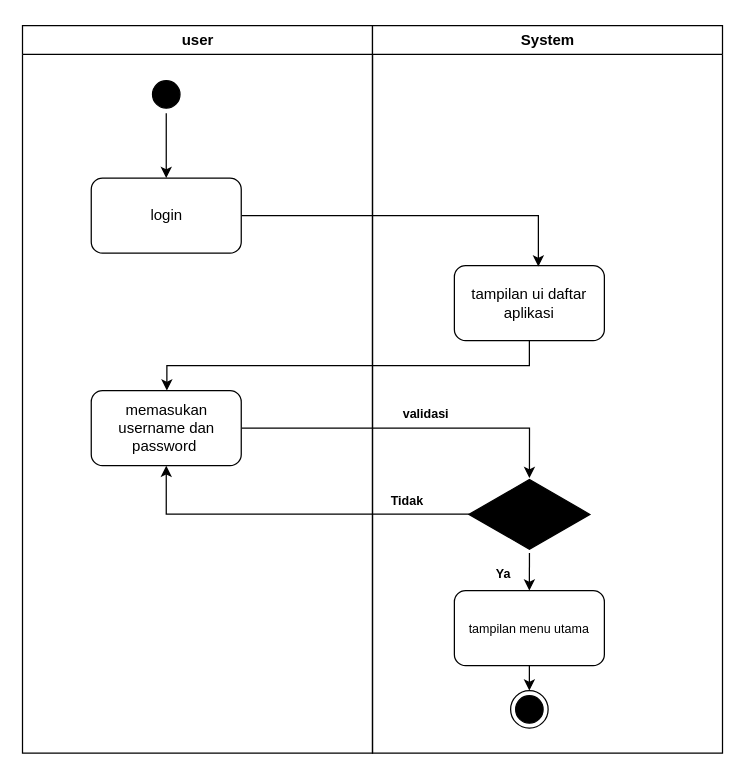
The draw.io diagram flowchart/activityDiagram.drawio in gunadermawan/skripsi, before the edit. Source tidied: cells renumbered, new cells numbered last; positions are measured from the earlier drawing's top-left corner, leaving out a move shared by most shapes. Both pictures are drawn from the tidied source at 125%, with x=0, y=0 at pixel (21, 25).
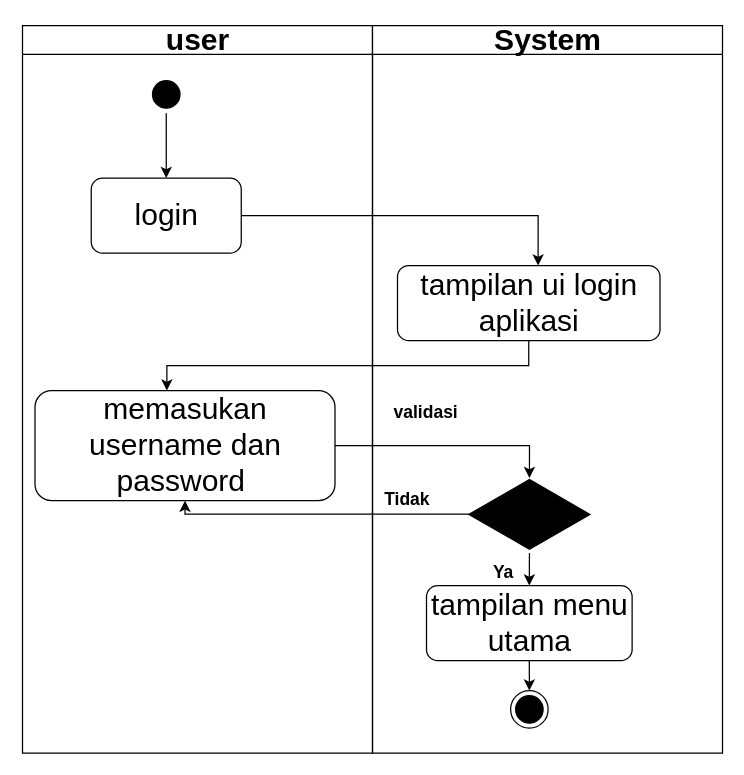
After the change.

Commit message (it also covers changes not shown here):
update bab 4: membuat activity diagram

The change refers to these unchanged cells:
```xml
<mxCell id="9" style="html=1;whiteSpace=wrap;shape=isoRectangle;fillColor=#000000;" parent="7" vertex="1">
  <mxGeometry x="77.2" y="362" width="96.7" height="58" as="geometry" />
</mxCell>
```

Change to the diagram source:
```diff
@@
-    <mxCell id="2" value="user" style="swimlane;whiteSpace=wrap;" parent="1" vertex="1">
+    <mxCell id="2" value="user" style="swimlane;whiteSpace=wrap;fontSize=24;startSize=23;" parent="1" vertex="1">
       <mxGeometry x="0.5" width="280" height="582" as="geometry" />
     </mxCell>
@@
-    <mxCell id="4" value="login" style="rounded=1;whiteSpace=wrap;html=1;" parent="2" vertex="1">
+    <mxCell id="4" value="&lt;font style=&quot;font-size: 24px&quot;&gt;login&lt;/font&gt;" style="rounded=1;whiteSpace=wrap;html=1;" parent="2" vertex="1">
       <mxGeometry x="55" y="122" width="120" height="60" as="geometry" />
     </mxCell>
@@
-    <mxCell id="6" value="memasukan username dan password&amp;nbsp;" style="rounded=1;whiteSpace=wrap;html=1;" parent="2" vertex="1">
-      <mxGeometry x="55" y="292" width="120" height="60" as="geometry" />
+    <mxCell id="6" value="&lt;font style=&quot;font-size: 24px&quot;&gt;memasukan username dan password&amp;nbsp;&lt;/font&gt;" style="rounded=1;whiteSpace=wrap;html=1;" parent="2" vertex="1">
+      <mxGeometry x="10" y="292" width="240" height="88" as="geometry" />
     </mxCell>
-    <mxCell id="7" value="System" style="swimlane;whiteSpace=wrap;" parent="1" vertex="1">
+    <mxCell id="7" value="System" style="swimlane;whiteSpace=wrap;startSize=23;fontSize=24;" parent="1" vertex="1">
       <mxGeometry x="280.5" width="280" height="582" as="geometry" />
     </mxCell>
-    <mxCell id="8" value="tampilan ui daftar aplikasi" style="rounded=1;whiteSpace=wrap;html=1;" parent="7" vertex="1">
-      <mxGeometry x="65.5" y="192" width="120" height="60" as="geometry" />
+    <mxCell id="8" value="&lt;font style=&quot;font-size: 24px&quot;&gt;tampilan ui login aplikasi&lt;/font&gt;" style="rounded=1;whiteSpace=wrap;html=1;" parent="7" vertex="1">
+      <mxGeometry x="20" y="192" width="210" height="60" as="geometry" />
     </mxCell>
@@
-    <mxCell id="10" style="edgeStyle=segmentEdgeStyle;endArrow=classic;html=1;rounded=0;entryX=0.5;entryY=0;entryDx=0;entryDy=0;entryPerimeter=0;" parent="7" edge="1" target="9">
-      <mxGeometry relative="1" as="geometry">
-        <mxPoint x="-104.5" y="322" as="sourcePoint" />
-      </mxGeometry>
-    </mxCell>
-    <mxCell id="11" value="&lt;font style=&quot;font-size: 10px&quot;&gt;validasi&lt;/font&gt;" style="text;strokeColor=none;fillColor=none;html=1;fontSize=24;fontStyle=1;verticalAlign=middle;align=center;" parent="7" vertex="1">
+    <mxCell id="11" value="&lt;font style=&quot;font-size: 14px&quot;&gt;validasi&lt;/font&gt;" style="text;strokeColor=none;fillColor=none;html=1;fontSize=24;fontStyle=1;verticalAlign=middle;align=center;" parent="7" vertex="1">
       <mxGeometry x="15.5" y="292" width="54.5" height="28" as="geometry" />
     </mxCell>
-    <mxCell id="12" value="&lt;font style=&quot;font-size: 10px&quot;&gt;Tidak&lt;/font&gt;" style="text;strokeColor=none;fillColor=none;html=1;fontSize=24;fontStyle=1;verticalAlign=middle;align=center;" parent="7" vertex="1">
+    <mxCell id="12" value="&lt;font style=&quot;font-size: 14px&quot;&gt;Tidak&lt;/font&gt;" style="text;strokeColor=none;fillColor=none;html=1;fontSize=24;fontStyle=1;verticalAlign=middle;align=center;" parent="7" vertex="1">
       <mxGeometry y="362" width="54.5" height="28" as="geometry" />
     </mxCell>
-    <mxCell id="13" value="tampilan menu utama" style="rounded=1;whiteSpace=wrap;html=1;fontSize=10;" parent="7" vertex="1">
-      <mxGeometry x="65.5" y="452" width="120" height="60" as="geometry" />
+    <mxCell id="13" value="&lt;font style=&quot;font-size: 24px&quot;&gt;tampilan menu utama&lt;/font&gt;" style="rounded=1;whiteSpace=wrap;html=1;fontSize=10;" parent="7" vertex="1">
+      <mxGeometry x="43.2" y="448" width="164.5" height="60" as="geometry" />
     </mxCell>
@@
-    <mxCell id="15" value="&lt;font style=&quot;font-size: 10px&quot;&gt;Ya&lt;/font&gt;" style="text;strokeColor=none;fillColor=none;html=1;fontSize=24;fontStyle=1;verticalAlign=middle;align=center;" parent="7" vertex="1">
+    <mxCell id="15" value="&lt;font style=&quot;font-size: 14px&quot;&gt;Ya&lt;/font&gt;" style="text;strokeColor=none;fillColor=none;html=1;fontSize=24;fontStyle=1;verticalAlign=middle;align=center;" parent="7" vertex="1">
       <mxGeometry x="77.2" y="420" width="54.5" height="28" as="geometry" />
     </mxCell>
@@
-    <mxCell id="18" style="edgeStyle=segmentEdgeStyle;endArrow=classic;html=1;rounded=0;entryX=0.56;entryY=0.013;entryDx=0;entryDy=0;entryPerimeter=0;" parent="1" edge="1" target="8">
+    <mxCell id="18" style="edgeStyle=segmentEdgeStyle;endArrow=classic;html=1;rounded=0;" parent="1" edge="1" target="8">
       <mxGeometry relative="1" as="geometry">
         <mxPoint x="176" y="152" as="sourcePoint" />
         <Array as="points">
           <mxPoint x="413" y="152" />
         </Array>
       </mxGeometry>
     </mxCell>
@@
+    <mxCell id="10" style="edgeStyle=segmentEdgeStyle;endArrow=classic;html=1;rounded=0;entryX=0.5;entryY=0;entryDx=0;entryDy=0;entryPerimeter=0;exitX=1;exitY=0.5;exitDx=0;exitDy=0;" parent="1" edge="1" source="6" target="9">
+      <mxGeometry relative="1" as="geometry" />
+    </mxCell>
```
